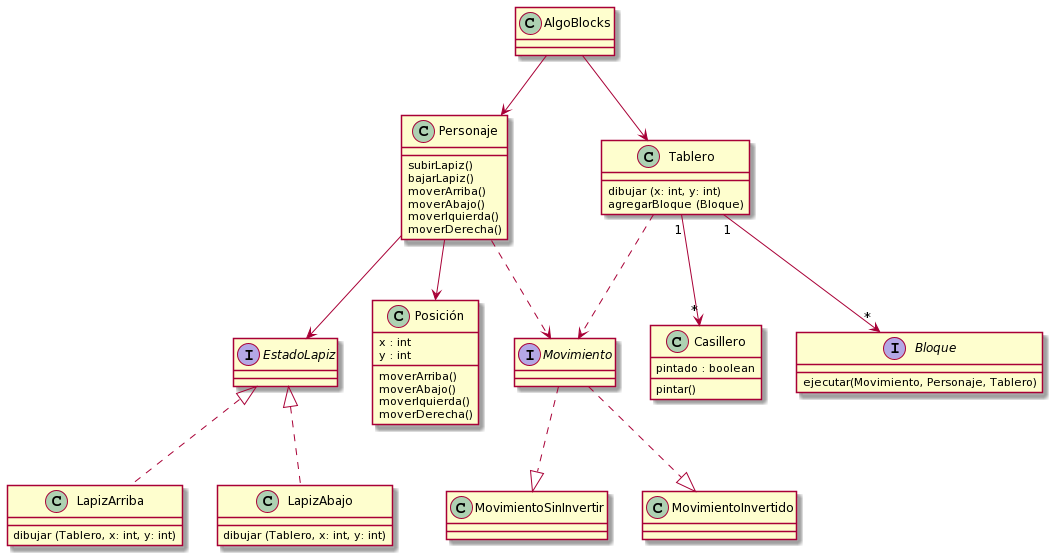
Above: DiagramaUML.png in AlePaff/TP2-Algoritmos-3 (PlantUML), before the change. The source it was exported from:
```plantuml
@startuml
Class AlgoBlocks
Interface Bloque
Bloque : ejecutar(Movimiento, Personaje, Tablero)

Personaje : subirLapiz()
Personaje : bajarLapiz()
Personaje : moverArriba()
Personaje : moverAbajo()
Personaje : moverIquierda()
Personaje : moverDerecha()

Interface Movimiento
Personaje ..> Movimiento
MovimientoSinInvertir <|..up Movimiento
MovimientoInvertido <|..up Movimiento

Interface EstadoLapiz
Personaje --> EstadoLapiz
EstadoLapiz <|.. LapizArriba
LapizArriba : dibujar (Tablero, x: int, y: int)
EstadoLapiz <|.. LapizAbajo
LapizAbajo : dibujar (Tablero, x: int, y: int)

AlgoBlocks --> Tablero
AlgoBlocks --> Personaje

Tablero "1"-->"*" Casillero
Tablero : dibujar (x: int, y: int)
Tablero : agregarBloque (Bloque)

Tablero ..> Movimiento

Casillero : pintado : boolean
Casillero : pintar()

Personaje --> Posición
Posición : x : int
Posición : y : int
Posición : moverArriba()
Posición : moverAbajo()
Posición : moverIquierda()
Posición : moverDerecha()


Tablero "1"-->"*" Bloque
@enduml
```
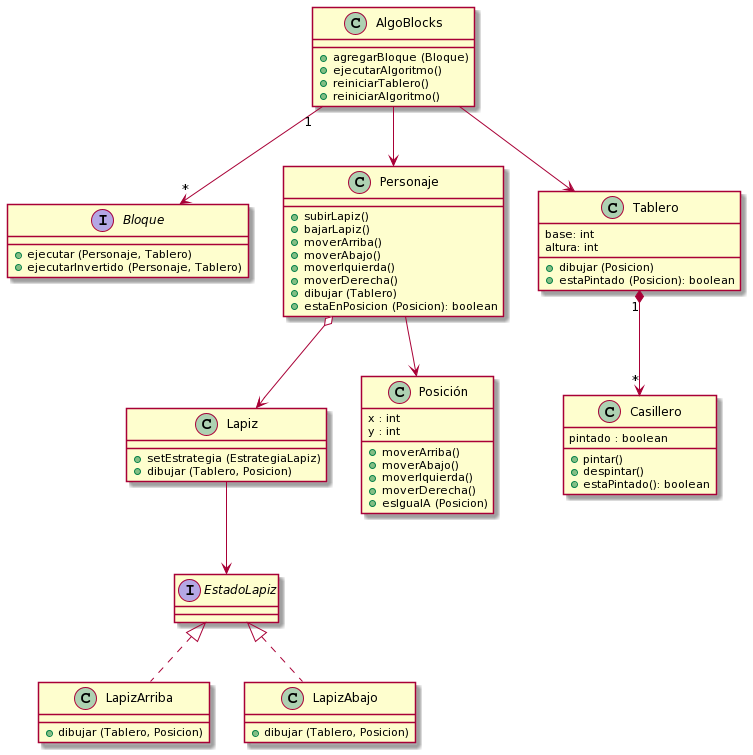
After the commit.

The edit, as a diff of the source:
```diff
@@ -1,47 +1,55 @@
 @startuml
 Class AlgoBlocks
+AlgoBlocks "1"-->"*" Bloque
+AlgoBlocks : +agregarBloque (Bloque)
+AlgoBlocks : +ejecutarAlgoritmo()
+AlgoBlocks : +reiniciarTablero()
+AlgoBlocks : +reiniciarAlgoritmo()
+
 Interface Bloque
-Bloque : ejecutar(Movimiento, Personaje, Tablero)
+Bloque : +ejecutar (Personaje, Tablero)
+Bloque : +ejecutarInvertido (Personaje, Tablero)
 
-Personaje : subirLapiz()
-Personaje : bajarLapiz()
-Personaje : moverArriba()
-Personaje : moverAbajo()
-Personaje : moverIquierda()
-Personaje : moverDerecha()
-
-Interface Movimiento
-Personaje ..> Movimiento
-MovimientoSinInvertir <|..up Movimiento
-MovimientoInvertido <|..up Movimiento
+Personaje : +subirLapiz()
+Personaje : +bajarLapiz()
+Personaje : +moverArriba()
+Personaje : +moverAbajo()
+Personaje : +moverIquierda()
+Personaje : +moverDerecha()
+Personaje : +dibujar (Tablero)
+Personaje : +estaEnPosicion (Posicion): boolean
 
 Interface EstadoLapiz
-Personaje --> EstadoLapiz
+Personaje o--> Lapiz
+Lapiz : +setEstrategia (EstrategiaLapiz)
+Lapiz : +dibujar (Tablero, Posicion)
+
+Lapiz --> EstadoLapiz
 EstadoLapiz <|.. LapizArriba
-LapizArriba : dibujar (Tablero, x: int, y: int)
+LapizArriba : +dibujar (Tablero, Posicion)
 EstadoLapiz <|.. LapizAbajo
-LapizAbajo : dibujar (Tablero, x: int, y: int)
+LapizAbajo : +dibujar (Tablero, Posicion)
 
 AlgoBlocks --> Tablero
 AlgoBlocks --> Personaje
 
-Tablero "1"-->"*" Casillero
-Tablero : dibujar (x: int, y: int)
-Tablero : agregarBloque (Bloque)
-
-Tablero ..> Movimiento
+Tablero "1"*-->"*" Casillero
+Tablero : base: int
+Tablero : altura: int
+Tablero : +dibujar (Posicion)
+Tablero : +estaPintado (Posicion): boolean
 
 Casillero : pintado : boolean
-Casillero : pintar()
+Casillero : +pintar()
+Casillero : +despintar()
+Casillero : +estaPintado(): boolean
 
 Personaje --> Posición
 Posición : x : int
 Posición : y : int
-Posición : moverArriba()
-Posición : moverAbajo()
-Posición : moverIquierda()
-Posición : moverDerecha()
-
-
-Tablero "1"-->"*" Bloque
+Posición : +moverArriba()
+Posición : +moverAbajo()
+Posición : +moverIquierda()
+Posición : +moverDerecha()
+Posición : +esIgualA (Posicion)
 @enduml
```
